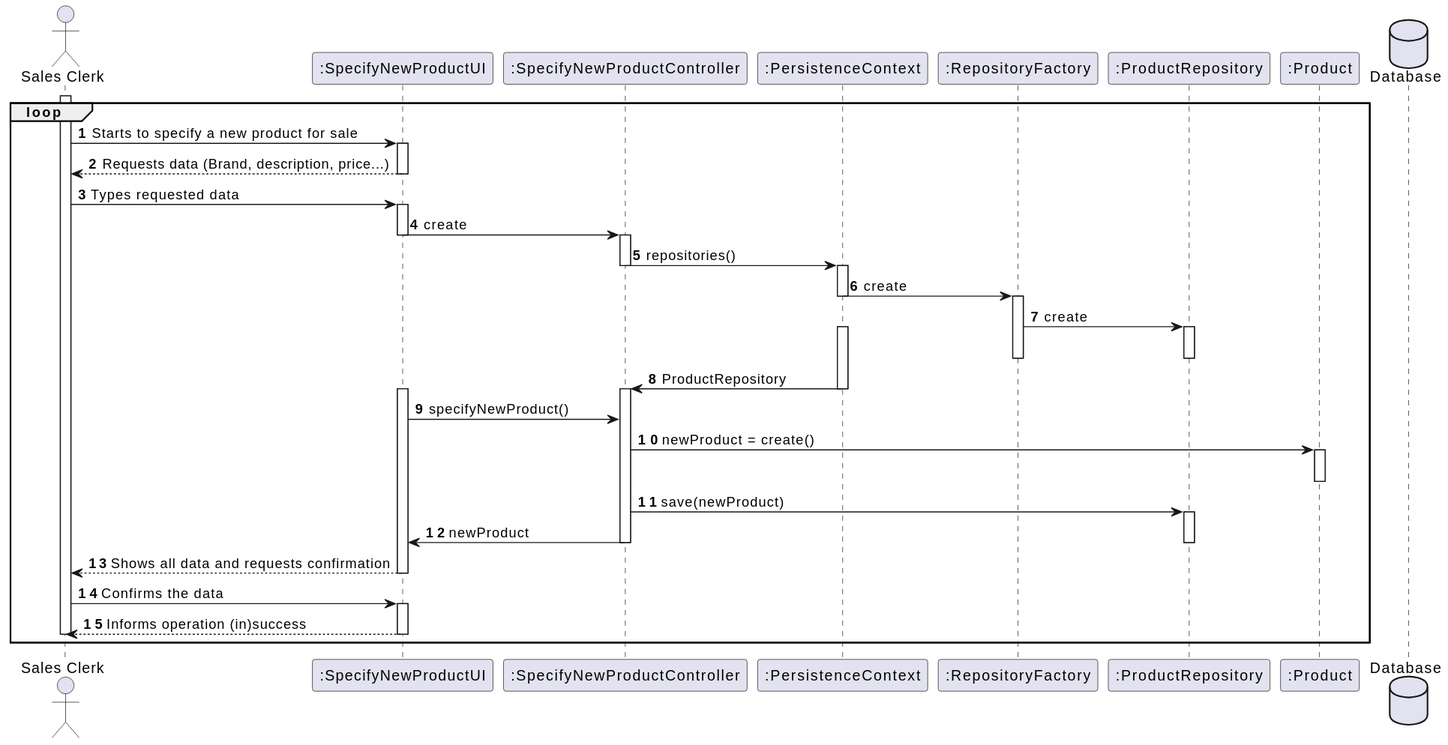
The PlantUML diagram docs/Sprint2/US1001/US1001_SD.svg in marttuga/LAPR4-SmartSystems, before a commit.
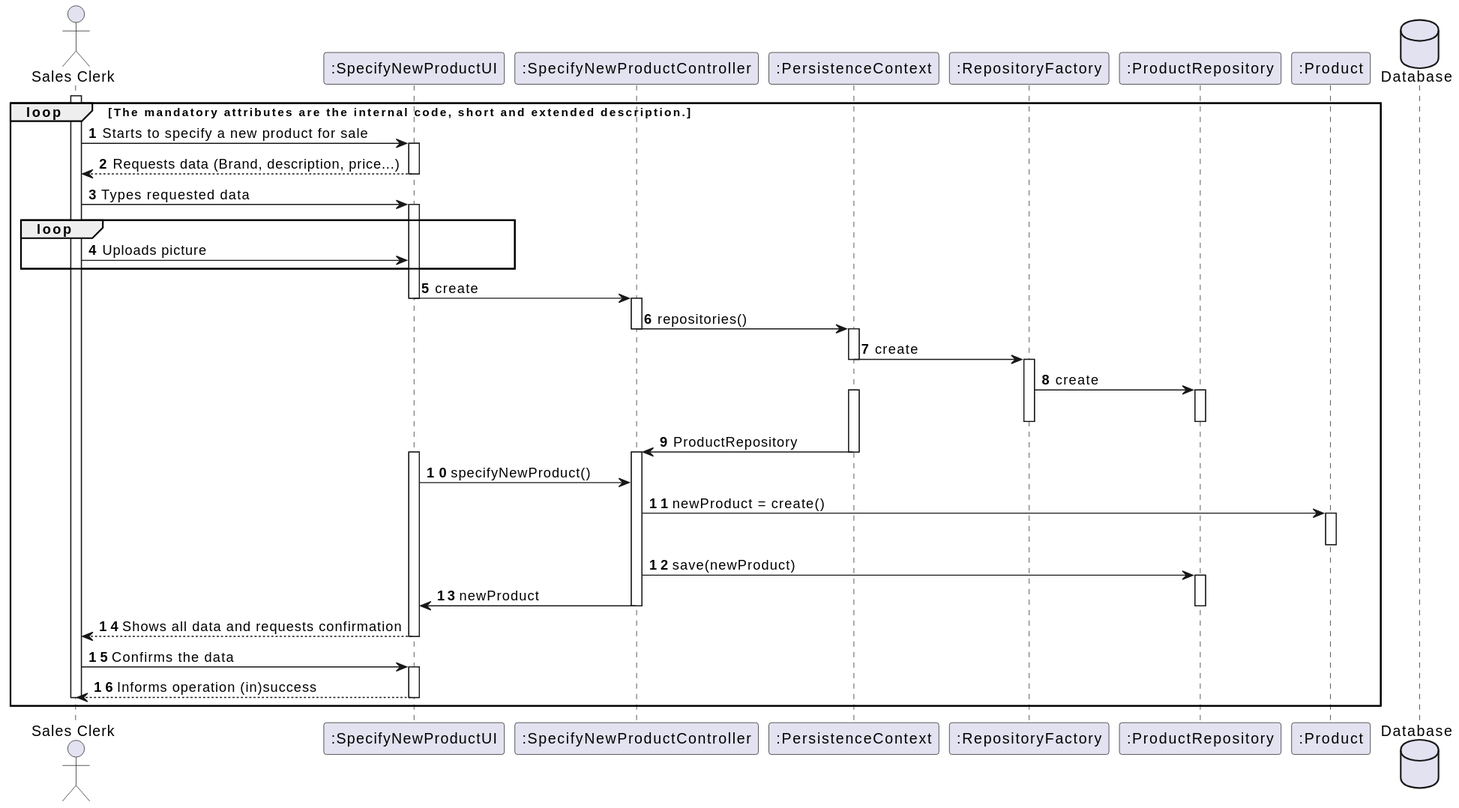
After the commit.

Diff of the diagram source:
```diff
@@ -8,7 +8,7 @@
 participant ":ProductRepository" as ProdRep
 participant ":Product" as Prod
 
-loop
+loop The mandatory attributes are the internal code, short and extended description.
 activate SC
 
 SC -> UI : Starts to specify a new product for sale
@@ -19,6 +19,10 @@
 
 SC -> UI : Types requested data
 activate UI
+loop
+SC -> UI : Uploads picture
+end loop
+
 
 UI -> CTRL : create
 deactivate UI
```
